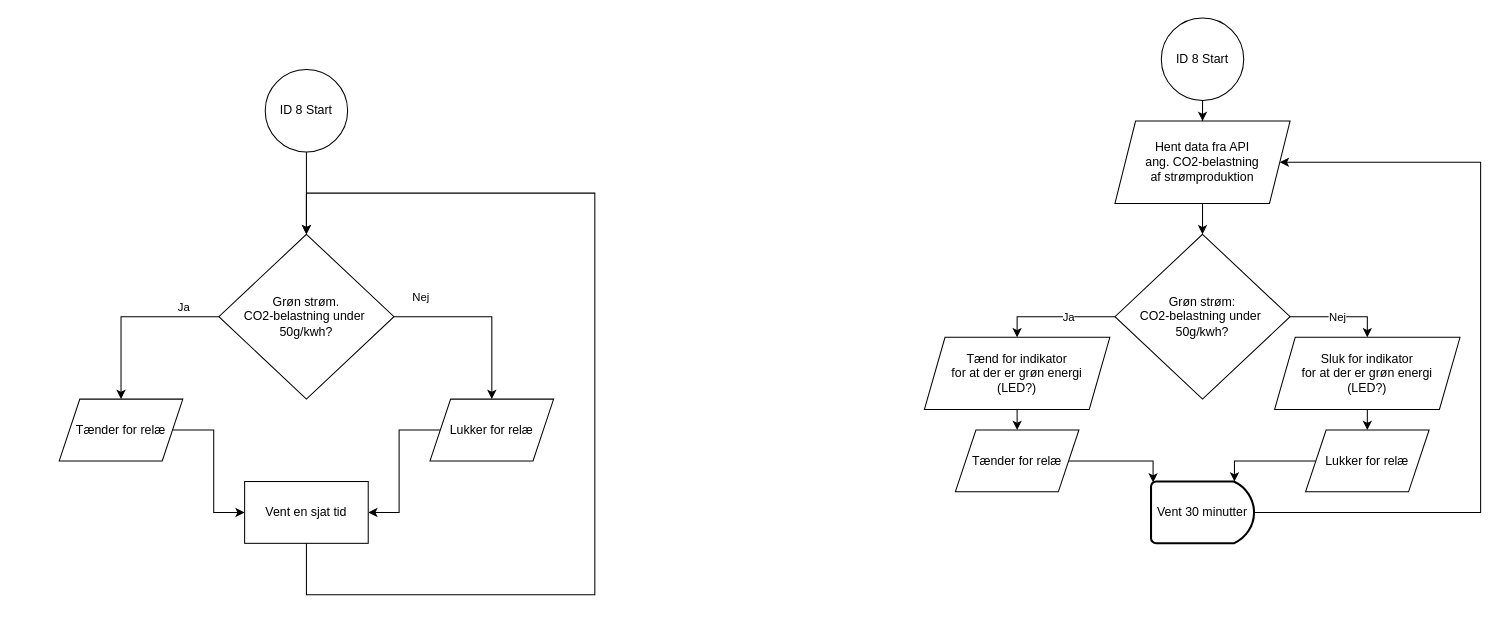
Earlier version of the draw.io diagram ID 08, P2/ID8 V1 Gren Power.drawio (KEA-E24-B9-IOT1/E24-B9-IoT1). Source tidied: cells renumbered, new cells numbered last; positions are measured from the earlier drawing's top-left corner, leaving out a move shared by most shapes. Both pictures are drawn from the tidied source at 103%, with x=0, y=0 at pixel (59, 18).
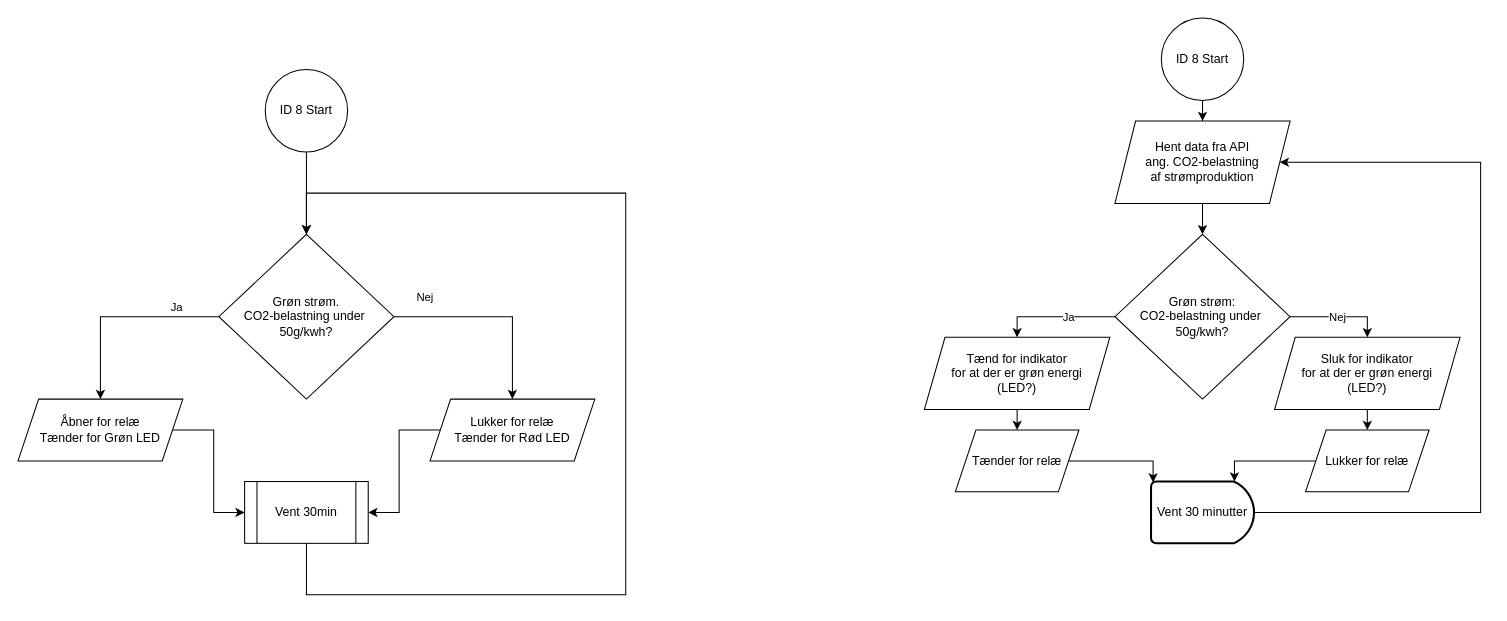
Above is the later version.

Commit message:
Vent 30min, LED'er tilføjet

The change refers to these unchanged cells:
```xml
<mxCell id="6" value="Grøn strøm. &lt;br&gt;&lt;div&gt;CO2-belastning under&amp;nbsp;&lt;/div&gt;&lt;div&gt;50g/kwh?&lt;/div&gt;" style="rhombus;whiteSpace=wrap;html=1;" parent="1" vertex="1">
  <mxGeometry x="155" y="210" width="170" height="160" as="geometry" />
</mxCell>
```

What changed in the source:
```diff
@@
-    <mxCell id="9" style="edgeStyle=orthogonalEdgeStyle;rounded=0;jettySize=auto;html=1;entryX=0;entryY=0.5;entryDx=0;entryDy=0;" parent="1" edge="1" source="10" target="14">
+    <mxCell id="9" style="edgeStyle=orthogonalEdgeStyle;rounded=0;jettySize=auto;html=1;entryX=0;entryY=0.5;entryDx=0;entryDy=0;" parent="1" edge="1" source="10" target="34">
       <mxGeometry relative="1" as="geometry" />
     </mxCell>
-    <mxCell id="10" value="Tænder for relæ" style="shape=parallelogram;perimeter=parallelogramPerimeter;whiteSpace=wrap;html=1;fixedSize=1;" parent="1" vertex="1">
-      <mxGeometry y="370" width="120" height="60" as="geometry" />
+    <mxCell id="10" value="Åbner for relæ&lt;div&gt;Tænder for Grøn LED&lt;/div&gt;" style="shape=parallelogram;perimeter=parallelogramPerimeter;whiteSpace=wrap;html=1;fixedSize=1;" parent="1" vertex="1">
+      <mxGeometry x="-40" y="370" width="160" height="60" as="geometry" />
     </mxCell>
-    <mxCell id="11" style="edgeStyle=orthogonalEdgeStyle;rounded=0;jettySize=auto;html=1;entryX=1;entryY=0.5;entryDx=0;entryDy=0;" parent="1" edge="1" source="12" target="14">
+    <mxCell id="11" style="edgeStyle=orthogonalEdgeStyle;rounded=0;jettySize=auto;html=1;entryX=1;entryY=0.5;entryDx=0;entryDy=0;entryPerimeter=0;" parent="1" edge="1" source="12" target="34">
       <mxGeometry relative="1" as="geometry" />
     </mxCell>
-    <mxCell id="12" value="Lukker for relæ" style="shape=parallelogram;perimeter=parallelogramPerimeter;whiteSpace=wrap;html=1;fixedSize=1;" parent="1" vertex="1">
-      <mxGeometry x="360" y="370" width="120" height="60" as="geometry" />
+    <mxCell id="12" value="Lukker for relæ&lt;div&gt;Tænder for Rød LED&lt;/div&gt;" style="shape=parallelogram;perimeter=parallelogramPerimeter;whiteSpace=wrap;html=1;fixedSize=1;" parent="1" vertex="1">
+      <mxGeometry x="360" y="370" width="160" height="60" as="geometry" />
     </mxCell>
-    <mxCell id="13" style="edgeStyle=orthogonalEdgeStyle;rounded=0;jettySize=auto;html=1;entryX=0.5;entryY=0;entryDx=0;entryDy=0;" parent="1" edge="1" source="14" target="6">
+    <mxCell id="13" style="edgeStyle=orthogonalEdgeStyle;rounded=0;jettySize=auto;html=1;entryX=0.5;entryY=0;entryDx=0;entryDy=0;" parent="1" edge="1" target="6">
       <mxGeometry relative="1" as="geometry">
+        <mxPoint x="240" y="510" as="sourcePoint" />
         <Array as="points">
           <mxPoint x="240" y="560" />
-          <mxPoint x="520" y="560" />
-          <mxPoint x="520" y="170" />
+          <mxPoint x="550" y="560" />
+          <mxPoint x="550" y="170" />
           <mxPoint x="240" y="170" />
         </Array>
       </mxGeometry>
     </mxCell>
-    <mxCell id="14" value="Vent en sjat tid" style="rounded=0;whiteSpace=wrap;html=1;" parent="1" vertex="1">
-      <mxGeometry x="180" y="450" width="120" height="60" as="geometry" />
-    </mxCell>
@@
+    <mxCell id="34" value="Vent 30min" style="shape=process;whiteSpace=wrap;html=1;backgroundOutline=1;" parent="1" vertex="1">
+      <mxGeometry x="180" y="450" width="120" height="60" as="geometry" />
+    </mxCell>
```
